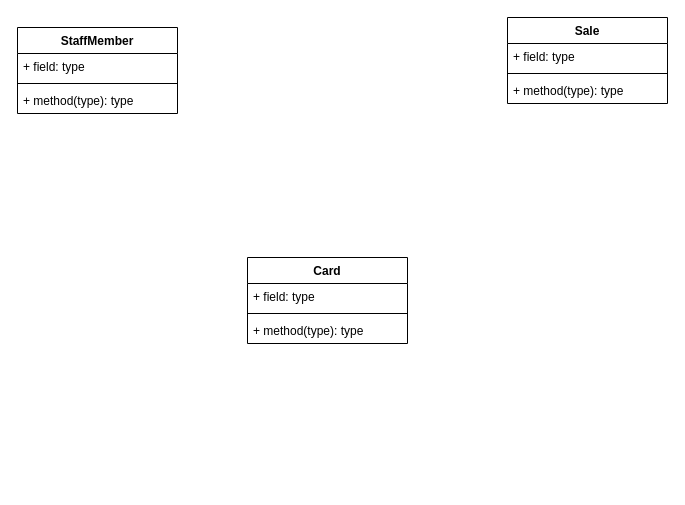
Above: workshop5-week6.drawio in antonykimuom/SWEN30006-2025-SM1-workshop1-tuew05-14-00-team-12 (draw.io), before the change. Source tidied: cells renumbered, new cells numbered last; positions are measured from the earlier drawing's top-left corner, leaving out a move shared by most shapes. Both pictures are drawn from the tidied source at 100%, with x=0, y=0 at pixel (17, 17).
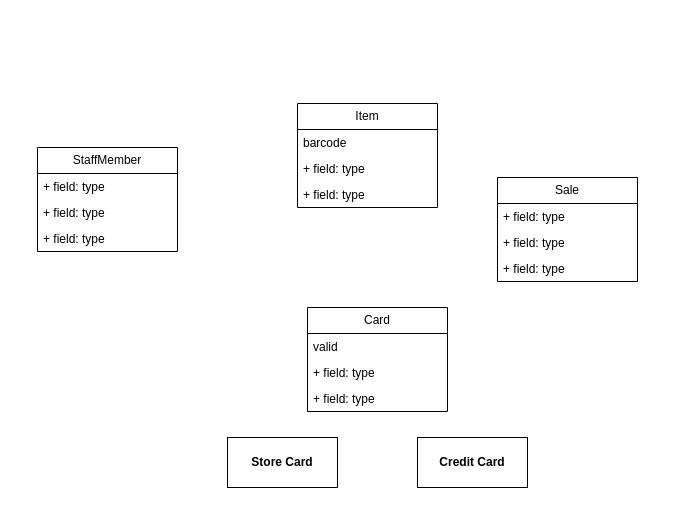
After the change.

Commit message:
Changed boxes and added types

The edit, as a diff of the source:
```diff
@@
 <mxGraphModel>
   <root>
     <mxCell id="0" />
     <mxCell id="1" parent="0" />
+    <mxCell id="14" value="Item" style="swimlane;fontStyle=0;horizontal=1;startSize=26;fillColor=none;whiteSpace=wrap;html=1;" parent="1" vertex="1">
+      <mxGeometry x="280" y="86" width="140" height="104" as="geometry" />
+    </mxCell>
+    <mxCell id="15" value="barcode" style="text;strokeColor=none;fillColor=none;align=left;verticalAlign=top;spacingLeft=4;spacingRight=4;overflow=hidden;whiteSpace=wrap;html=1;" parent="14" vertex="1">
+      <mxGeometry y="26" width="140" height="26" as="geometry" />
+    </mxCell>
+    <mxCell id="16" value="+ field: type" style="text;strokeColor=none;fillColor=none;align=left;verticalAlign=top;spacingLeft=4;spacingRight=4;overflow=hidden;whiteSpace=wrap;html=1;" parent="14" vertex="1">
+      <mxGeometry y="52" width="140" height="26" as="geometry" />
+    </mxCell>
+    <mxCell id="17" value="+ field: type" style="text;strokeColor=none;fillColor=none;align=left;verticalAlign=top;spacingLeft=4;spacingRight=4;overflow=hidden;whiteSpace=wrap;html=1;" parent="14" vertex="1">
+      <mxGeometry y="78" width="140" height="26" as="geometry" />
+    </mxCell>
+    <mxCell id="10" value="StaffMember" style="swimlane;fontStyle=0;horizontal=1;startSize=26;fillColor=none;whiteSpace=wrap;html=1;" parent="1" vertex="1">
+      <mxGeometry x="20" y="130" width="140" height="104" as="geometry" />
+    </mxCell>
+    <mxCell id="18" value="+ field: type" style="text;strokeColor=none;fillColor=none;align=left;verticalAlign=top;spacingLeft=4;spacingRight=4;overflow=hidden;whiteSpace=wrap;html=1;" parent="10" vertex="1">
+      <mxGeometry y="26" width="140" height="26" as="geometry" />
+    </mxCell>
+    <mxCell id="19" value="+ field: type" style="text;strokeColor=none;fillColor=none;align=left;verticalAlign=top;spacingLeft=4;spacingRight=4;overflow=hidden;whiteSpace=wrap;html=1;" parent="10" vertex="1">
+      <mxGeometry y="52" width="140" height="26" as="geometry" />
+    </mxCell>
+    <mxCell id="20" value="+ field: type" style="text;strokeColor=none;fillColor=none;align=left;verticalAlign=top;spacingLeft=4;spacingRight=4;overflow=hidden;whiteSpace=wrap;html=1;" parent="10" vertex="1">
+      <mxGeometry y="78" width="140" height="26" as="geometry" />
+    </mxCell>
-    <mxCell id="2" value="Sale" style="swimlane;fontStyle=1;align=center;verticalAlign=top;horizontal=1;startSize=26;whiteSpace=wrap;html=1;" parent="1" vertex="1">
-      <mxGeometry x="490" width="160" height="86" as="geometry" />
+    <mxCell id="2" value="Sale" style="swimlane;fontStyle=0;horizontal=1;startSize=26;fillColor=none;whiteSpace=wrap;html=1;" parent="1" vertex="1">
+      <mxGeometry x="480" y="160" width="140" height="104" as="geometry" />
     </mxCell>
-    <mxCell id="3" value="+ field: type" style="text;strokeColor=none;fillColor=none;align=left;verticalAlign=top;spacingLeft=4;spacingRight=4;overflow=hidden;whiteSpace=wrap;html=1;" parent="2" vertex="1">
-      <mxGeometry y="26" width="160" height="26" as="geometry" />
-    </mxCell>
-    <mxCell id="4" style="line;strokeWidth=1;fillColor=none;align=left;verticalAlign=middle;spacingTop=-1;spacingLeft=3;spacingRight=3;labelPosition=right;strokeColor=inherit;" parent="2" vertex="1">
-      <mxGeometry y="52" width="160" height="8" as="geometry" />
-    </mxCell>
-    <mxCell id="5" value="+ method(type): type" style="text;strokeColor=none;fillColor=none;align=left;verticalAlign=top;spacingLeft=4;spacingRight=4;overflow=hidden;whiteSpace=wrap;html=1;" parent="2" vertex="1">
-      <mxGeometry y="60" width="160" height="26" as="geometry" />
-    </mxCell>
+    <mxCell id="21" value="+ field: type" style="text;strokeColor=none;fillColor=none;align=left;verticalAlign=top;spacingLeft=4;spacingRight=4;overflow=hidden;whiteSpace=wrap;html=1;" parent="2" vertex="1">
+      <mxGeometry y="26" width="140" height="26" as="geometry" />
+    </mxCell>
+    <mxCell id="22" value="+ field: type" style="text;strokeColor=none;fillColor=none;align=left;verticalAlign=top;spacingLeft=4;spacingRight=4;overflow=hidden;whiteSpace=wrap;html=1;" parent="2" vertex="1">
+      <mxGeometry y="52" width="140" height="26" as="geometry" />
+    </mxCell>
+    <mxCell id="23" value="+ field: type" style="text;strokeColor=none;fillColor=none;align=left;verticalAlign=top;spacingLeft=4;spacingRight=4;overflow=hidden;whiteSpace=wrap;html=1;" parent="2" vertex="1">
+      <mxGeometry y="78" width="140" height="26" as="geometry" />
+    </mxCell>
-    <mxCell id="6" value="Card" style="swimlane;fontStyle=1;align=center;verticalAlign=top;horizontal=1;startSize=26;whiteSpace=wrap;html=1;" parent="1" vertex="1">
-      <mxGeometry x="230" y="240" width="160" height="86" as="geometry" />
+    <mxCell id="6" value="Card" style="swimlane;fontStyle=0;horizontal=1;startSize=26;fillColor=none;whiteSpace=wrap;html=1;" parent="1" vertex="1">
+      <mxGeometry x="290" y="290" width="140" height="104" as="geometry" />
     </mxCell>
-    <mxCell id="7" value="+ field: type" style="text;strokeColor=none;fillColor=none;align=left;verticalAlign=top;spacingLeft=4;spacingRight=4;overflow=hidden;whiteSpace=wrap;html=1;" parent="6" vertex="1">
-      <mxGeometry y="26" width="160" height="26" as="geometry" />
-    </mxCell>
-    <mxCell id="8" style="line;strokeWidth=1;fillColor=none;align=left;verticalAlign=middle;spacingTop=-1;spacingLeft=3;spacingRight=3;labelPosition=right;strokeColor=inherit;" parent="6" vertex="1">
-      <mxGeometry y="52" width="160" height="8" as="geometry" />
-    </mxCell>
-    <mxCell id="9" value="+ method(type): type" style="text;strokeColor=none;fillColor=none;align=left;verticalAlign=top;spacingLeft=4;spacingRight=4;overflow=hidden;whiteSpace=wrap;html=1;" parent="6" vertex="1">
-      <mxGeometry y="60" width="160" height="26" as="geometry" />
-    </mxCell>
-    <mxCell id="10" value="StaffMember" style="swimlane;fontStyle=1;align=center;verticalAlign=top;horizontal=1;startSize=26;whiteSpace=wrap;html=1;" parent="1" vertex="1">
-      <mxGeometry y="10" width="160" height="86" as="geometry" />
-    </mxCell>
-    <mxCell id="11" value="+ field: type" style="text;strokeColor=none;fillColor=none;align=left;verticalAlign=top;spacingLeft=4;spacingRight=4;overflow=hidden;whiteSpace=wrap;html=1;" parent="10" vertex="1">
-      <mxGeometry y="26" width="160" height="26" as="geometry" />
-    </mxCell>
-    <mxCell id="12" style="line;strokeWidth=1;fillColor=none;align=left;verticalAlign=middle;spacingTop=-1;spacingLeft=3;spacingRight=3;labelPosition=right;strokeColor=inherit;" parent="10" vertex="1">
-      <mxGeometry y="52" width="160" height="8" as="geometry" />
-    </mxCell>
-    <mxCell id="13" value="+ method(type): type" style="text;strokeColor=none;fillColor=none;align=left;verticalAlign=top;spacingLeft=4;spacingRight=4;overflow=hidden;whiteSpace=wrap;html=1;" parent="10" vertex="1">
-      <mxGeometry y="60" width="160" height="26" as="geometry" />
-    </mxCell>
+    <mxCell id="24" value="valid" style="text;strokeColor=none;fillColor=none;align=left;verticalAlign=top;spacingLeft=4;spacingRight=4;overflow=hidden;whiteSpace=wrap;html=1;" parent="6" vertex="1">
+      <mxGeometry y="26" width="140" height="26" as="geometry" />
+    </mxCell>
+    <mxCell id="25" value="+ field: type" style="text;strokeColor=none;fillColor=none;align=left;verticalAlign=top;spacingLeft=4;spacingRight=4;overflow=hidden;whiteSpace=wrap;html=1;" parent="6" vertex="1">
+      <mxGeometry y="52" width="140" height="26" as="geometry" />
+    </mxCell>
+    <mxCell id="26" value="+ field: type" style="text;strokeColor=none;fillColor=none;align=left;verticalAlign=top;spacingLeft=4;spacingRight=4;overflow=hidden;whiteSpace=wrap;html=1;" parent="6" vertex="1">
+      <mxGeometry y="78" width="140" height="26" as="geometry" />
+    </mxCell>
+    <mxCell id="27" value="&lt;b&gt;Store Card&lt;/b&gt;" style="html=1;whiteSpace=wrap;" parent="1" vertex="1">
+      <mxGeometry x="210" y="420" width="110" height="50" as="geometry" />
+    </mxCell>
+    <mxCell id="28" value="&lt;b&gt;Credit Card&lt;/b&gt;" style="html=1;whiteSpace=wrap;" parent="1" vertex="1">
+      <mxGeometry x="400" y="420" width="110" height="50" as="geometry" />
+    </mxCell>
   </root>
 </mxGraphModel>
```
